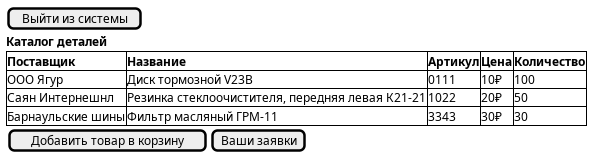
Before: uml-диаграммы/out/окно_просмотра_товаров/Список товаров.png, a diagram exported from PlantUML (BombasticFantastik/PIS_Course_work).
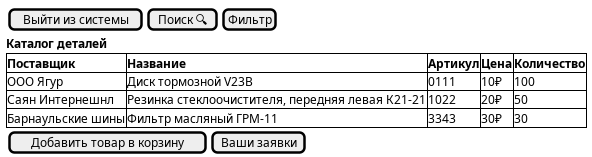
The same file after the commit.

Change to the diagram source:
```diff
@@ -1,6 +1,8 @@
 @startsalt Список товаров
 {
-    [Выйти из системы]
+    {
+        [Выйти из системы]|[Поиск 🔍]|[Фильтр]
+    }
     <b>Каталог деталей
     {# <b>Поставщик | <b>Название | <b>Артикул| <b>Цена| <b>Количество
     ООО Ягур | Диск тормозной V23B  | 0111  | 10₽ | 100
```
